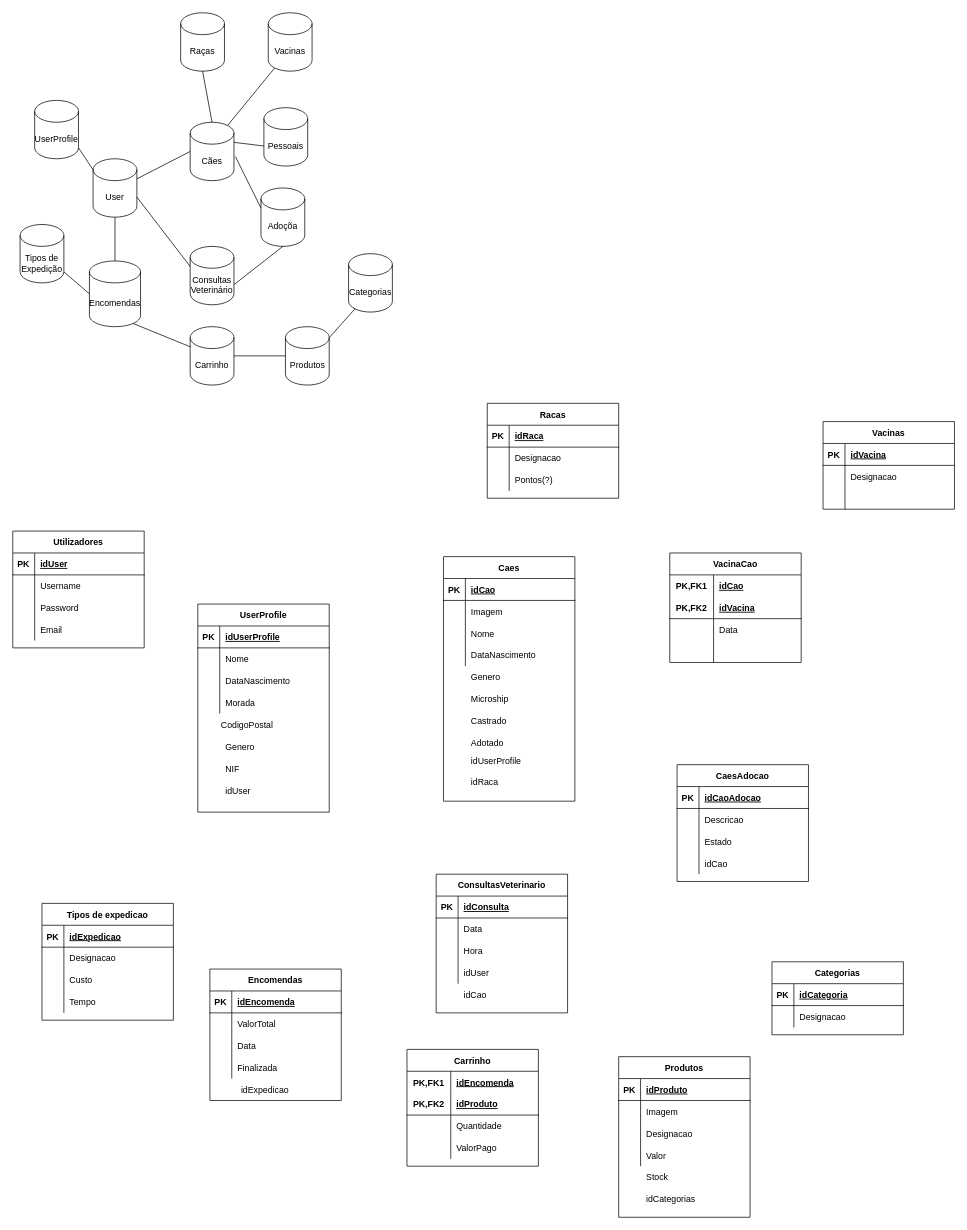
2201120/Projeto-SI keeps this draw.io diagram as Diagramas/Diagrama Entidade Relacionamento.drawio. Above is the earlier version. Source tidied: cells renumbered, new cells numbered last; positions are measured from the earlier drawing's top-left corner, leaving out a move shared by most shapes. Both pictures are drawn from the tidied source at 73%, with x=0, y=0 at pixel (12, 12).
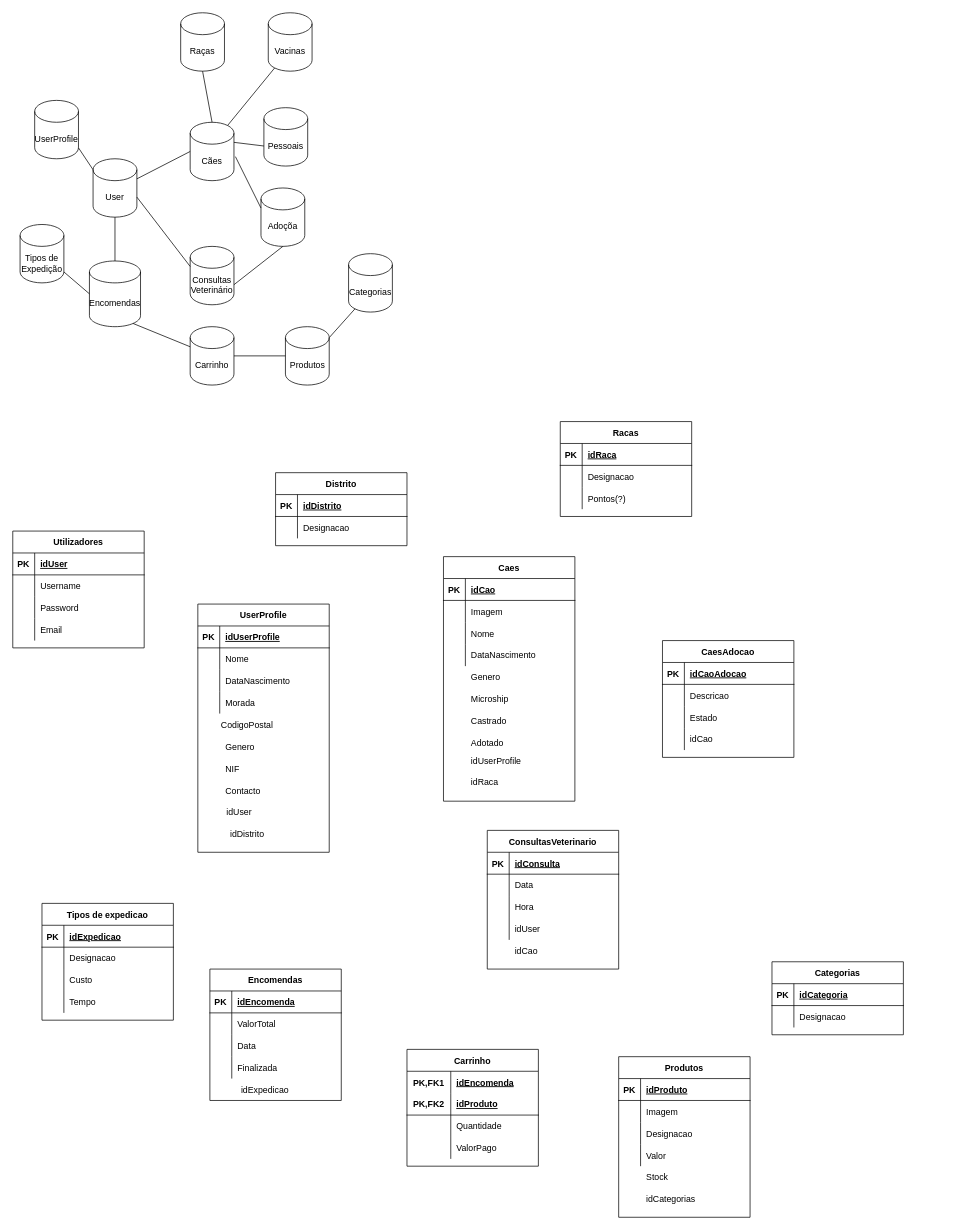
The same diagram, later.

Unchanged cells that the change refers to:
```xml
<mxCell id="56" style="shape=tableRow;horizontal=0;startSize=0;swimlaneHead=0;swimlaneBody=0;fillColor=none;top=0;left=0;right=0;bottom=0;" parent="1" vertex="1">
  <mxGeometry x="253.5" y="1050" width="180" height="30" as="geometry" />
</mxCell>
```

The edit, as a diff of the source:
```diff
@@
     <mxCell id="34" value="UserProfile" style="shape=table;startSize=30;childLayout=tableLayout;rowLines=0;fontStyle=1;align=center;strokeWidth=1;perimeterSpacing=0;" parent="1" vertex="1">
-      <mxGeometry x="253.5" y="810" width="180" height="285" as="geometry" />
+      <mxGeometry x="253.5" y="810" width="180" height="340" as="geometry" />
     </mxCell>
@@
-    <mxCell id="58" value="idUser" style="shape=partialRectangle;fillColor=none;top=0;left=0;bottom=0;right=0;align=left;spacingLeft=6;overflow=hidden;" parent="56" vertex="1">
+    <mxCell id="58" value="Contacto" style="shape=partialRectangle;fillColor=none;top=0;left=0;bottom=0;right=0;align=left;spacingLeft=6;overflow=hidden;" parent="56" vertex="1">
       <mxGeometry x="30" width="150" height="30" as="geometry" />
     </mxCell>
@@
     <mxCell id="82" value="ConsultasVeterinario" style="shape=table;startSize=30;childLayout=tableLayout;rowLines=0;fontStyle=1;align=center;strokeWidth=1;" parent="1" vertex="1">
-      <mxGeometry x="580" y="1180" width="180" height="190" as="geometry" />
+      <mxGeometry x="650" y="1120" width="180" height="190" as="geometry" />
     </mxCell>
@@
     <mxCell id="95" style="shape=tableRow;horizontal=0;startSize=0;swimlaneHead=0;swimlaneBody=0;fillColor=none;top=0;left=0;right=0;bottom=0;strokeWidth=1;" parent="1" vertex="1">
-      <mxGeometry x="580" y="1330" width="180" height="30" as="geometry" />
+      <mxGeometry x="650" y="1270" width="180" height="30" as="geometry" />
     </mxCell>
@@
     <mxCell id="98" value="Racas" style="shape=table;startSize=30;childLayout=tableLayout;rowLines=0;fontStyle=1;align=center;strokeWidth=1;" parent="1" vertex="1">
-      <mxGeometry x="650" y="535" width="180" height="130" as="geometry" />
+      <mxGeometry x="750" y="560" width="180" height="130" as="geometry" />
     </mxCell>
@@
-    <mxCell id="108" value="Vacinas" style="shape=table;startSize=30;childLayout=tableLayout;rowLines=0;fontStyle=1;align=center;strokeWidth=1;" parent="1" vertex="1">
-      <mxGeometry x="1110" y="560" width="180" height="120" as="geometry" />
-    </mxCell>
-    <mxCell id="109" style="shape=tableRow;horizontal=0;startSize=0;swimlaneHead=0;swimlaneBody=0;fillColor=none;top=0;left=0;right=0;bottom=1;strokeWidth=1;" parent="108" vertex="1">
-      <mxGeometry y="30" width="180" height="30" as="geometry" />
-    </mxCell>
-    <mxCell id="110" value="PK" style="shape=partialRectangle;fillColor=none;top=0;left=0;bottom=0;right=0;fontStyle=1;overflow=hidden;strokeWidth=1;" parent="109" vertex="1">
-      <mxGeometry width="30" height="30" as="geometry" />
-    </mxCell>
-    <mxCell id="111" value="idVacina" style="shape=partialRectangle;fillColor=none;top=0;left=0;bottom=0;right=0;align=left;spacingLeft=6;fontStyle=5;overflow=hidden;strokeWidth=1;" parent="109" vertex="1">
-      <mxGeometry x="30" width="150" height="30" as="geometry" />
-    </mxCell>
-    <mxCell id="112" style="shape=tableRow;horizontal=0;startSize=0;swimlaneHead=0;swimlaneBody=0;fillColor=none;top=0;left=0;right=0;bottom=0;strokeWidth=1;" parent="108" vertex="1">
-      <mxGeometry y="60" width="180" height="30" as="geometry" />
-    </mxCell>
-    <mxCell id="113" style="shape=partialRectangle;fillColor=none;top=0;left=0;bottom=0;right=0;overflow=hidden;strokeWidth=1;" parent="112" vertex="1">
-      <mxGeometry width="30" height="30" as="geometry" />
-    </mxCell>
-    <mxCell id="114" value="Designacao" style="shape=partialRectangle;fillColor=none;top=0;left=0;bottom=0;right=0;align=left;spacingLeft=6;overflow=hidden;strokeWidth=1;" parent="112" vertex="1">
-      <mxGeometry x="30" width="150" height="30" as="geometry" />
-    </mxCell>
-    <mxCell id="115" style="shape=tableRow;horizontal=0;startSize=0;swimlaneHead=0;swimlaneBody=0;fillColor=none;top=0;left=0;right=0;bottom=0;strokeWidth=1;" parent="108" vertex="1">
-      <mxGeometry y="90" width="180" height="30" as="geometry" />
-    </mxCell>
-    <mxCell id="116" style="shape=partialRectangle;fillColor=none;top=0;left=0;bottom=0;right=0;overflow=hidden;strokeWidth=1;" parent="115" vertex="1">
-      <mxGeometry width="30" height="30" as="geometry" />
-    </mxCell>
-    <mxCell id="117" style="shape=partialRectangle;fillColor=none;top=0;left=0;bottom=0;right=0;align=left;spacingLeft=6;overflow=hidden;strokeWidth=1;" parent="115" vertex="1">
-      <mxGeometry x="30" width="150" height="30" as="geometry" />
-    </mxCell>
@@
-    <mxCell id="124" value="VacinaCao" style="shape=table;startSize=30;childLayout=tableLayout;rowLines=0;fontStyle=1;align=center;" parent="1" vertex="1">
-      <mxGeometry x="900" y="740" width="180" height="150" as="geometry" />
-    </mxCell>
-    <mxCell id="125" style="shape=tableRow;horizontal=0;startSize=0;swimlaneHead=0;swimlaneBody=0;fillColor=none;top=0;left=0;right=0;bottom=0;" parent="124" vertex="1">
-      <mxGeometry y="30" width="180" height="30" as="geometry" />
-    </mxCell>
-    <mxCell id="126" value="PK,FK1" style="shape=partialRectangle;fillColor=none;top=0;left=0;bottom=0;right=0;fontStyle=1;overflow=hidden;" parent="125" vertex="1">
-      <mxGeometry width="60" height="30" as="geometry" />
-    </mxCell>
-    <mxCell id="127" value="idCao" style="shape=partialRectangle;fillColor=none;top=0;left=0;bottom=0;right=0;align=left;spacingLeft=6;fontStyle=5;overflow=hidden;" parent="125" vertex="1">
-      <mxGeometry x="60" width="120" height="30" as="geometry" />
-    </mxCell>
-    <mxCell id="128" style="shape=tableRow;horizontal=0;startSize=0;swimlaneHead=0;swimlaneBody=0;fillColor=none;top=0;left=0;right=0;bottom=1;" parent="124" vertex="1">
-      <mxGeometry y="60" width="180" height="30" as="geometry" />
-    </mxCell>
-    <mxCell id="129" value="PK,FK2" style="shape=partialRectangle;fillColor=none;top=0;left=0;bottom=0;right=0;fontStyle=1;overflow=hidden;" parent="128" vertex="1">
-      <mxGeometry width="60" height="30" as="geometry" />
-    </mxCell>
-    <mxCell id="130" value="idVacina" style="shape=partialRectangle;fillColor=none;top=0;left=0;bottom=0;right=0;align=left;spacingLeft=6;fontStyle=5;overflow=hidden;" parent="128" vertex="1">
-      <mxGeometry x="60" width="120" height="30" as="geometry" />
-    </mxCell>
-    <mxCell id="131" style="shape=tableRow;horizontal=0;startSize=0;swimlaneHead=0;swimlaneBody=0;fillColor=none;top=0;left=0;right=0;bottom=0;" parent="124" vertex="1">
-      <mxGeometry y="90" width="180" height="30" as="geometry" />
-    </mxCell>
-    <mxCell id="132" style="shape=partialRectangle;fillColor=none;top=0;left=0;bottom=0;right=0;overflow=hidden;" parent="131" vertex="1">
-      <mxGeometry width="60" height="30" as="geometry" />
-    </mxCell>
-    <mxCell id="133" value="Data" style="shape=partialRectangle;fillColor=none;top=0;left=0;bottom=0;right=0;align=left;spacingLeft=6;overflow=hidden;" parent="131" vertex="1">
-      <mxGeometry x="60" width="120" height="30" as="geometry" />
-    </mxCell>
-    <mxCell id="134" style="shape=tableRow;horizontal=0;startSize=0;swimlaneHead=0;swimlaneBody=0;fillColor=none;top=0;left=0;right=0;bottom=0;" parent="124" vertex="1">
-      <mxGeometry y="120" width="180" height="30" as="geometry" />
-    </mxCell>
-    <mxCell id="135" style="shape=partialRectangle;fillColor=none;top=0;left=0;bottom=0;right=0;overflow=hidden;" parent="134" vertex="1">
-      <mxGeometry width="60" height="30" as="geometry" />
-    </mxCell>
-    <mxCell id="136" style="shape=partialRectangle;fillColor=none;top=0;left=0;bottom=0;right=0;align=left;spacingLeft=6;overflow=hidden;" parent="134" vertex="1">
-      <mxGeometry x="60" width="120" height="30" as="geometry" />
-    </mxCell>
@@
     <mxCell id="139" value="CaesAdocao" style="shape=table;startSize=30;childLayout=tableLayout;rowLines=0;fontStyle=1;align=center;" parent="1" vertex="1">
-      <mxGeometry x="910" y="1030" width="180" height="160" as="geometry" />
+      <mxGeometry x="890" y="860" width="180" height="160" as="geometry" />
     </mxCell>
@@
+    <mxCell id="215" value="idUser" style="shape=partialRectangle;fillColor=none;top=0;left=0;bottom=0;right=0;align=left;spacingLeft=6;overflow=hidden;" parent="1" vertex="1">
+      <mxGeometry x="285" y="1080" width="150" height="30" as="geometry" />
+    </mxCell>
+    <mxCell id="216" value="Distrito" style="shape=table;startSize=30;childLayout=tableLayout;rowLines=0;fontStyle=1;align=center;" parent="1" vertex="1">
+      <mxGeometry x="360" y="630" width="180" height="100" as="geometry" />
+    </mxCell>
+    <mxCell id="217" style="shape=tableRow;horizontal=0;startSize=0;swimlaneHead=0;swimlaneBody=0;fillColor=none;top=0;left=0;right=0;bottom=1;" parent="216" vertex="1">
+      <mxGeometry y="30" width="180" height="30" as="geometry" />
+    </mxCell>
+    <mxCell id="110" value="PK" style="shape=partialRectangle;fillColor=none;top=0;left=0;bottom=0;right=0;fontStyle=1;overflow=hidden;" parent="217" vertex="1">
+      <mxGeometry width="30" height="30" as="geometry" />
+    </mxCell>
+    <mxCell id="218" value="idDistrito" style="shape=partialRectangle;fillColor=none;top=0;left=0;bottom=0;right=0;align=left;spacingLeft=6;fontStyle=5;overflow=hidden;" parent="217" vertex="1">
+      <mxGeometry x="30" width="150" height="30" as="geometry" />
+    </mxCell>
+    <mxCell id="219" style="shape=tableRow;horizontal=0;startSize=0;swimlaneHead=0;swimlaneBody=0;fillColor=none;top=0;left=0;right=0;bottom=0;" parent="216" vertex="1">
+      <mxGeometry y="60" width="180" height="30" as="geometry" />
+    </mxCell>
+    <mxCell id="220" style="shape=partialRectangle;fillColor=none;top=0;left=0;bottom=0;right=0;overflow=hidden;" parent="219" vertex="1">
+      <mxGeometry width="30" height="30" as="geometry" />
+    </mxCell>
+    <mxCell id="114" value="Designacao" style="shape=partialRectangle;fillColor=none;top=0;left=0;bottom=0;right=0;align=left;spacingLeft=6;overflow=hidden;" parent="219" vertex="1">
+      <mxGeometry x="30" width="150" height="30" as="geometry" />
+    </mxCell>
+    <mxCell id="221" value="idDistrito" style="shape=partialRectangle;fillColor=none;top=0;left=0;bottom=0;right=0;align=left;spacingLeft=6;overflow=hidden;" parent="1" vertex="1">
+      <mxGeometry x="290" y="1110" width="150" height="30" as="geometry" />
+    </mxCell>
```
